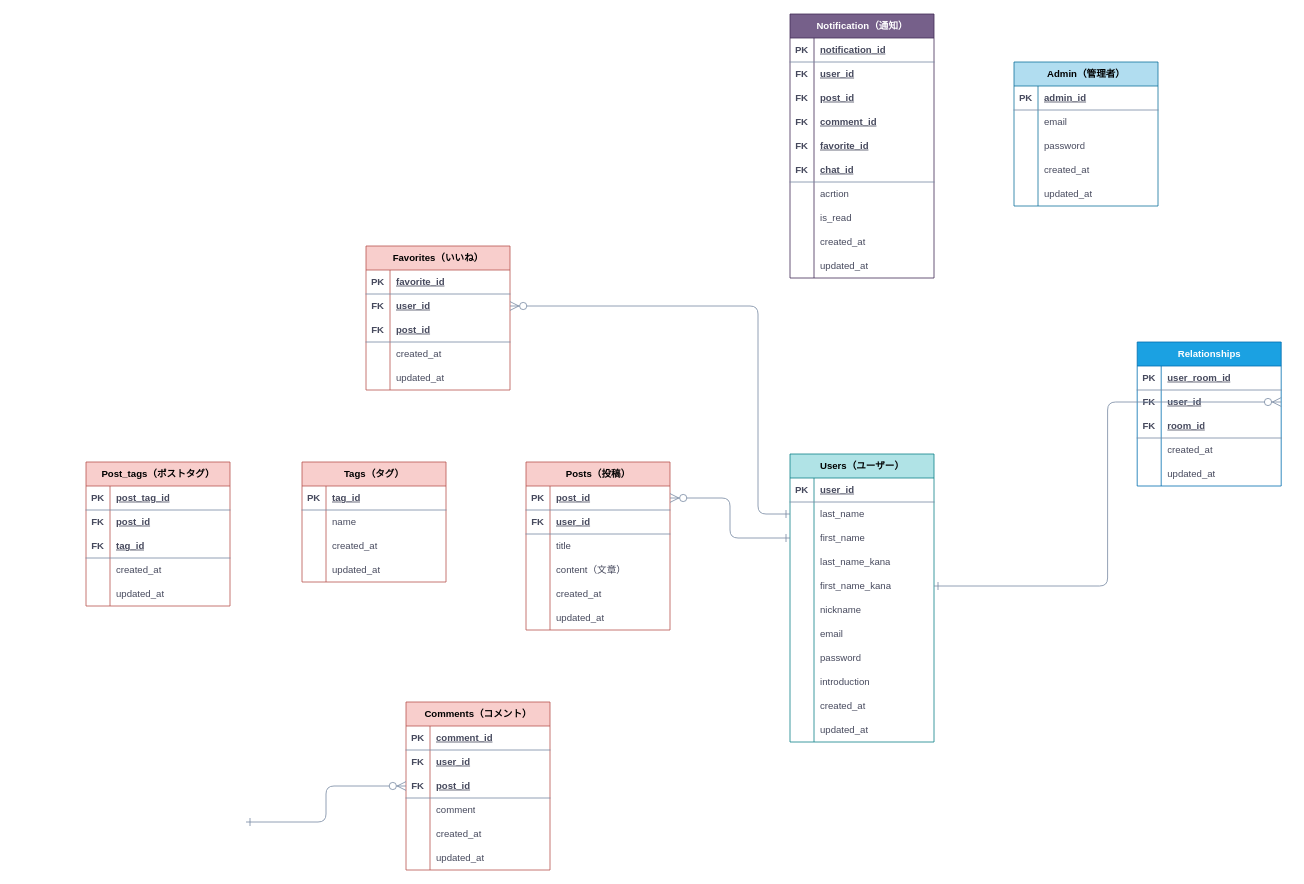
Above: vloglaphy.drawio in Solo-Innovator/2seeds (draw.io), before the change. Source tidied: cells renumbered, new cells numbered last; positions are measured from the earlier drawing's top-left corner, leaving out a move shared by most shapes. Both pictures are drawn from the tidied source at 80%, with x=0, y=0 at pixel (14, 14).
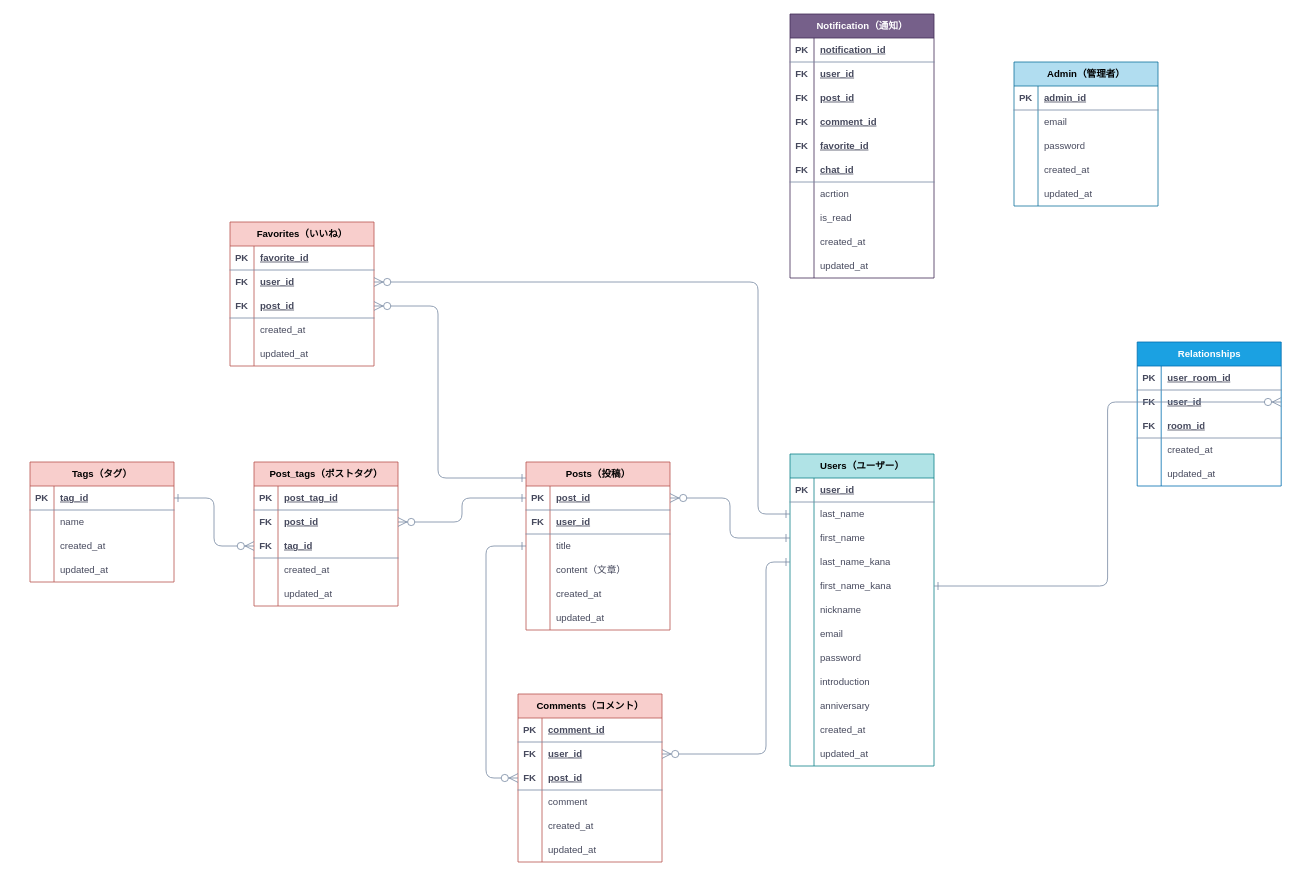
The same diagram, later.

Commit message (it also covers changes not shown here):
vloglaphy.drawio を更新します

The change refers to these unchanged cells:
```xml
<mxCell id="28" style="shape=tableRow;horizontal=0;startSize=0;swimlaneHead=0;swimlaneBody=0;fillColor=none;points=[[0,0.5],[1,0.5]];portConstraint=eastwest;top=0;left=0;right=0;bottom=0;strokeColor=#788AA3;fontFamily=Helvetica;fontSize=12;fontColor=#46495D;html=1;labelBackgroundColor=none;" parent="18" vertex="1">
  <mxGeometry y="120" width="180" height="30" as="geometry" />
</mxCell>
<mxCell id="57" style="shape=tableRow;horizontal=0;startSize=0;swimlaneHead=0;swimlaneBody=0;fillColor=none;points=[[0,0.5],[1,0.5]];portConstraint=eastwest;top=0;left=0;right=0;bottom=1;strokeColor=#788AA3;fontFamily=Helvetica;fontSize=12;fontColor=#46495D;html=1;labelBackgroundColor=none;" parent="56" vertex="1">
  <mxGeometry y="30" width="180" height="30" as="geometry" />
</mxCell>
<mxCell id="63" style="shape=tableRow;horizontal=0;startSize=0;swimlaneHead=0;swimlaneBody=0;fillColor=none;points=[[0,0.5],[1,0.5]];portConstraint=eastwest;top=0;left=0;right=0;bottom=0;strokeColor=#788AA3;fontFamily=Helvetica;fontSize=12;fontColor=#46495D;html=1;labelBackgroundColor=none;" parent="56" vertex="1">
  <mxGeometry y="90" width="180" height="30" as="geometry" />
</mxCell>
<mxCell id="98" style="shape=tableRow;horizontal=0;startSize=0;swimlaneHead=0;swimlaneBody=0;fillColor=none;points=[[0,0.5],[1,0.5]];portConstraint=eastwest;top=0;left=0;right=0;bottom=0;strokeColor=#788AA3;fontFamily=Helvetica;fontSize=12;fontColor=#46495D;html=1;labelBackgroundColor=none;" parent="94" vertex="1">
  <mxGeometry y="60" width="180" height="30" as="geometry" />
</mxCell>
<mxCell id="101" style="shape=tableRow;horizontal=0;startSize=0;swimlaneHead=0;swimlaneBody=0;fillColor=none;points=[[0,0.5],[1,0.5]];portConstraint=eastwest;top=0;left=0;right=0;bottom=1;strokeColor=#788AA3;fontFamily=Helvetica;fontSize=12;fontColor=#46495D;html=1;labelBackgroundColor=none;" parent="94" vertex="1">
  <mxGeometry y="90" width="180" height="30" as="geometry" />
</mxCell>
<mxCell id="164" style="shape=tableRow;horizontal=0;startSize=0;swimlaneHead=0;swimlaneBody=0;fillColor=none;points=[[0,0.5],[1,0.5]];portConstraint=eastwest;top=0;left=0;right=0;bottom=1;strokeColor=#788AA3;fontFamily=Helvetica;fontSize=12;fontColor=#46495D;html=1;labelBackgroundColor=none;" parent="163" vertex="1">
  <mxGeometry y="30" width="180" height="30" as="geometry" />
</mxCell>
<mxCell id="180" style="shape=tableRow;horizontal=0;startSize=0;swimlaneHead=0;swimlaneBody=0;fillColor=none;points=[[0,0.5],[1,0.5]];portConstraint=eastwest;top=0;left=0;right=0;bottom=0;strokeColor=#788AA3;fontFamily=Helvetica;fontSize=12;fontColor=#46495D;html=1;labelBackgroundColor=none;" parent="176" vertex="1">
  <mxGeometry y="60" width="180" height="30" as="geometry" />
</mxCell>
<mxCell id="183" style="shape=tableRow;horizontal=0;startSize=0;swimlaneHead=0;swimlaneBody=0;fillColor=none;points=[[0,0.5],[1,0.5]];portConstraint=eastwest;top=0;left=0;right=0;bottom=1;strokeColor=#788AA3;fontFamily=Helvetica;fontSize=12;fontColor=#46495D;html=1;labelBackgroundColor=none;" parent="176" vertex="1">
  <mxGeometry y="90" width="180" height="30" as="geometry" />
</mxCell>
```

What changed in the source:
```diff
@@
     <mxCell id="18" value="&lt;font color=&quot;#000000&quot;&gt;Users（ユーザー）&lt;/font&gt;" style="shape=table;startSize=30;childLayout=tableLayout;rowLines=0;fontStyle=1;align=center;html=1;fontFamily=Helvetica;fontSize=12;fillColor=#b0e3e6;labelBackgroundColor=none;strokeColor=#0e8088;" parent="1" vertex="1">
-      <mxGeometry x="970" y="550" width="180" height="360" as="geometry" />
+      <mxGeometry x="970" y="550" width="180" height="390" as="geometry" />
     </mxCell>
@@
+    <mxCell id="192" style="shape=tableRow;horizontal=0;startSize=0;swimlaneHead=0;swimlaneBody=0;fillColor=none;top=0;left=0;right=0;bottom=0;strokeColor=#788AA3;fontFamily=Helvetica;fontSize=12;fontColor=#46495D;html=1;labelBackgroundColor=none;" parent="18" vertex="1">
+      <mxGeometry y="300" width="180" height="30" as="geometry" />
+    </mxCell>
+    <mxCell id="193" style="shape=partialRectangle;fillColor=none;top=0;left=0;bottom=0;right=0;overflow=hidden;whiteSpace=wrap;html=1;strokeColor=#788AA3;fontFamily=Helvetica;fontSize=12;fontColor=#46495D;startSize=23;labelBackgroundColor=none;" parent="192" vertex="1">
+      <mxGeometry width="30" height="30" as="geometry" />
+    </mxCell>
+    <mxCell id="194" value="anniversary" style="shape=partialRectangle;fillColor=none;top=0;left=0;bottom=0;right=0;align=left;spacingLeft=6;overflow=hidden;whiteSpace=wrap;html=1;strokeColor=#788AA3;fontFamily=Helvetica;fontSize=12;fontColor=#46495D;startSize=23;labelBackgroundColor=none;" parent="192" vertex="1">
+      <mxGeometry x="30" width="150" height="30" as="geometry" />
+    </mxCell>
     <mxCell id="46" style="shape=tableRow;horizontal=0;startSize=0;swimlaneHead=0;swimlaneBody=0;fillColor=none;top=0;left=0;right=0;bottom=0;strokeColor=#788AA3;fontFamily=Helvetica;fontSize=12;fontColor=#46495D;html=1;labelBackgroundColor=none;" parent="18" vertex="1">
-      <mxGeometry y="300" width="180" height="30" as="geometry" />
+      <mxGeometry y="330" width="180" height="30" as="geometry" />
     </mxCell>
@@
     <mxCell id="49" style="shape=tableRow;horizontal=0;startSize=0;swimlaneHead=0;swimlaneBody=0;fillColor=none;top=0;left=0;right=0;bottom=0;strokeColor=#788AA3;fontFamily=Helvetica;fontSize=12;fontColor=#46495D;html=1;labelBackgroundColor=none;" parent="18" vertex="1">
-      <mxGeometry y="330" width="180" height="30" as="geometry" />
+      <mxGeometry y="360" width="180" height="30" as="geometry" />
     </mxCell>
@@
     <mxCell id="78" value="Favorites（いいね）" style="shape=table;startSize=30;childLayout=tableLayout;rowLines=0;fontStyle=1;align=center;html=1;strokeColor=#b85450;fontFamily=Helvetica;fontSize=12;fillColor=#f8cecc;labelBackgroundColor=none;" parent="1" vertex="1">
-      <mxGeometry x="440" y="290" width="180" height="180" as="geometry" />
+      <mxGeometry x="270" y="260" width="180" height="180" as="geometry" />
     </mxCell>
@@
     <mxCell id="94" value="Comments（コメント）" style="shape=table;startSize=30;childLayout=tableLayout;rowLines=0;fontStyle=1;align=center;html=1;strokeColor=#b85450;fontFamily=Helvetica;fontSize=12;fillColor=#f8cecc;labelBackgroundColor=none;" parent="1" vertex="1">
-      <mxGeometry x="490" y="860" width="180" height="210" as="geometry" />
+      <mxGeometry x="630" y="850" width="180" height="210" as="geometry" />
     </mxCell>
@@
-    <mxCell id="114" style="edgeStyle=elbowEdgeStyle;fontSize=12;html=1;endArrow=ERzeroToMany;endFill=1;fontFamily=Helvetica;fontColor=default;startSize=8;rounded=1;startArrow=ERone;startFill=0;endSize=9;labelBackgroundColor=none;strokeColor=#788AA3;entryX=0;entryY=0.5;entryDx=0;entryDy=0;" parent="1" edge="1" target="101">
+    <mxCell id="114" style="edgeStyle=elbowEdgeStyle;fontSize=12;html=1;endArrow=ERzeroToMany;endFill=1;fontFamily=Helvetica;fontColor=default;startSize=8;rounded=1;startArrow=ERone;startFill=0;endSize=9;labelBackgroundColor=none;strokeColor=#788AA3;exitX=0;exitY=0.5;exitDx=0;exitDy=0;" parent="1" edge="1" source="63">
       <mxGeometry relative="1" as="geometry">
-        <mxPoint x="290" y="1010" as="sourcePoint" />
+        <mxPoint x="630" y="955" as="targetPoint" />
+        <Array as="points">
+          <mxPoint x="590" y="820" />
+        </Array>
       </mxGeometry>
     </mxCell>
@@
     <mxCell id="163" value="&lt;font color=&quot;#000000&quot;&gt;Tags（タグ）&lt;/font&gt;" style="shape=table;startSize=30;childLayout=tableLayout;rowLines=0;fontStyle=1;align=center;html=1;strokeColor=#b85450;fontFamily=Helvetica;fontSize=12;fillColor=#f8cecc;labelBackgroundColor=none;" parent="1" vertex="1">
-      <mxGeometry x="360" y="560" width="180" height="150" as="geometry" />
+      <mxGeometry x="20" y="560" width="180" height="150" as="geometry" />
     </mxCell>
@@
     <mxCell id="176" value="Post_tags（ポストタグ）" style="shape=table;startSize=30;childLayout=tableLayout;rowLines=0;fontStyle=1;align=center;html=1;strokeColor=#b85450;fontFamily=Helvetica;fontSize=12;fillColor=#f8cecc;labelBackgroundColor=none;" parent="1" vertex="1">
-      <mxGeometry x="90" y="560" width="180" height="180" as="geometry" />
+      <mxGeometry x="300" y="560" width="180" height="180" as="geometry" />
     </mxCell>
@@
+    <mxCell id="195" style="edgeStyle=elbowEdgeStyle;fontSize=12;html=1;endArrow=ERzeroToMany;endFill=1;fontFamily=Helvetica;fontColor=default;startSize=8;entryX=1;entryY=0.5;entryDx=0;entryDy=0;rounded=1;startArrow=ERone;startFill=0;endSize=9;labelBackgroundColor=none;strokeColor=#788AA3;exitX=0;exitY=0.5;exitDx=0;exitDy=0;" parent="1" edge="1" source="57" target="180">
+      <mxGeometry relative="1" as="geometry" />
+    </mxCell>
+    <mxCell id="196" style="edgeStyle=elbowEdgeStyle;fontSize=12;html=1;endArrow=ERzeroToMany;endFill=1;fontFamily=Helvetica;fontColor=default;startSize=8;entryX=0;entryY=0.5;entryDx=0;entryDy=0;rounded=1;startArrow=ERone;startFill=0;endSize=9;labelBackgroundColor=none;strokeColor=#788AA3;exitX=1;exitY=0.5;exitDx=0;exitDy=0;" parent="1" edge="1" source="164" target="183">
+      <mxGeometry relative="1" as="geometry" />
+    </mxCell>
+    <mxCell id="197" style="edgeStyle=elbowEdgeStyle;fontSize=12;html=1;endArrow=ERzeroToMany;endFill=1;fontFamily=Helvetica;fontColor=default;startSize=8;rounded=1;startArrow=ERone;startFill=0;endSize=9;labelBackgroundColor=none;strokeColor=#788AA3;entryX=1;entryY=0.5;entryDx=0;entryDy=0;exitX=0;exitY=0.5;exitDx=0;exitDy=0;" parent="1" edge="1" source="28" target="98">
+      <mxGeometry relative="1" as="geometry">
+        <Array as="points">
+          <mxPoint x="940" y="850" />
+        </Array>
+      </mxGeometry>
+    </mxCell>
+    <mxCell id="198" style="edgeStyle=elbowEdgeStyle;fontSize=12;html=1;endArrow=ERzeroToMany;endFill=1;fontFamily=Helvetica;fontColor=default;startSize=8;rounded=1;startArrow=ERone;startFill=0;endSize=9;labelBackgroundColor=none;strokeColor=#788AA3;" parent="1" edge="1">
+      <mxGeometry relative="1" as="geometry">
+        <mxPoint x="640" y="580" as="sourcePoint" />
+        <mxPoint x="450" y="365" as="targetPoint" />
+        <Array as="points">
+          <mxPoint x="530" y="490" />
+        </Array>
+      </mxGeometry>
+    </mxCell>
```
